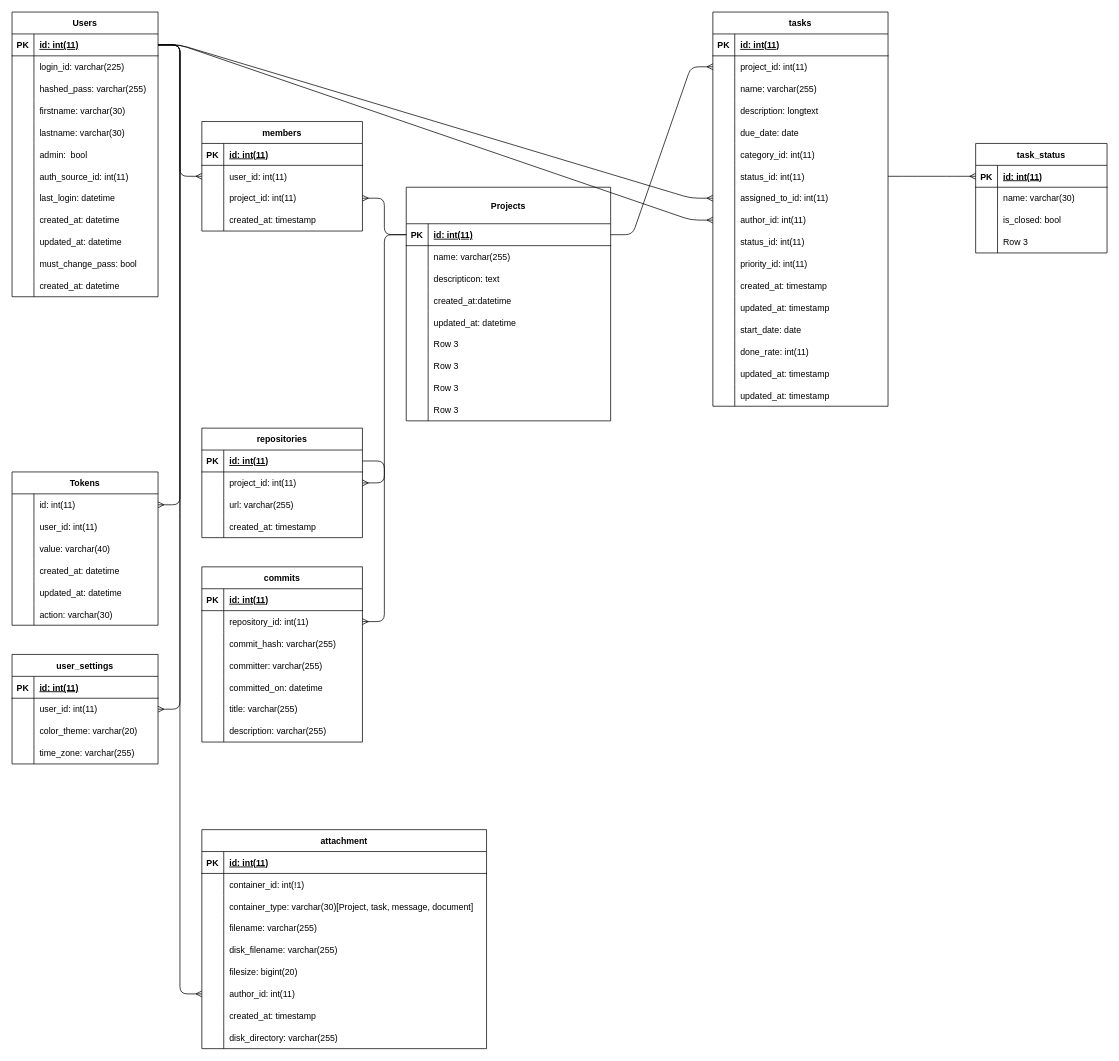
This is ER.dio from hamuchan214/EProjectManager, a draw.io file, before an edit. Source tidied: cells renumbered, new cells numbered last; positions are measured from the earlier drawing's top-left corner, leaving out a move shared by most shapes. Both pictures are drawn from the tidied source at 73%, with x=0, y=0 at pixel (12, 12).
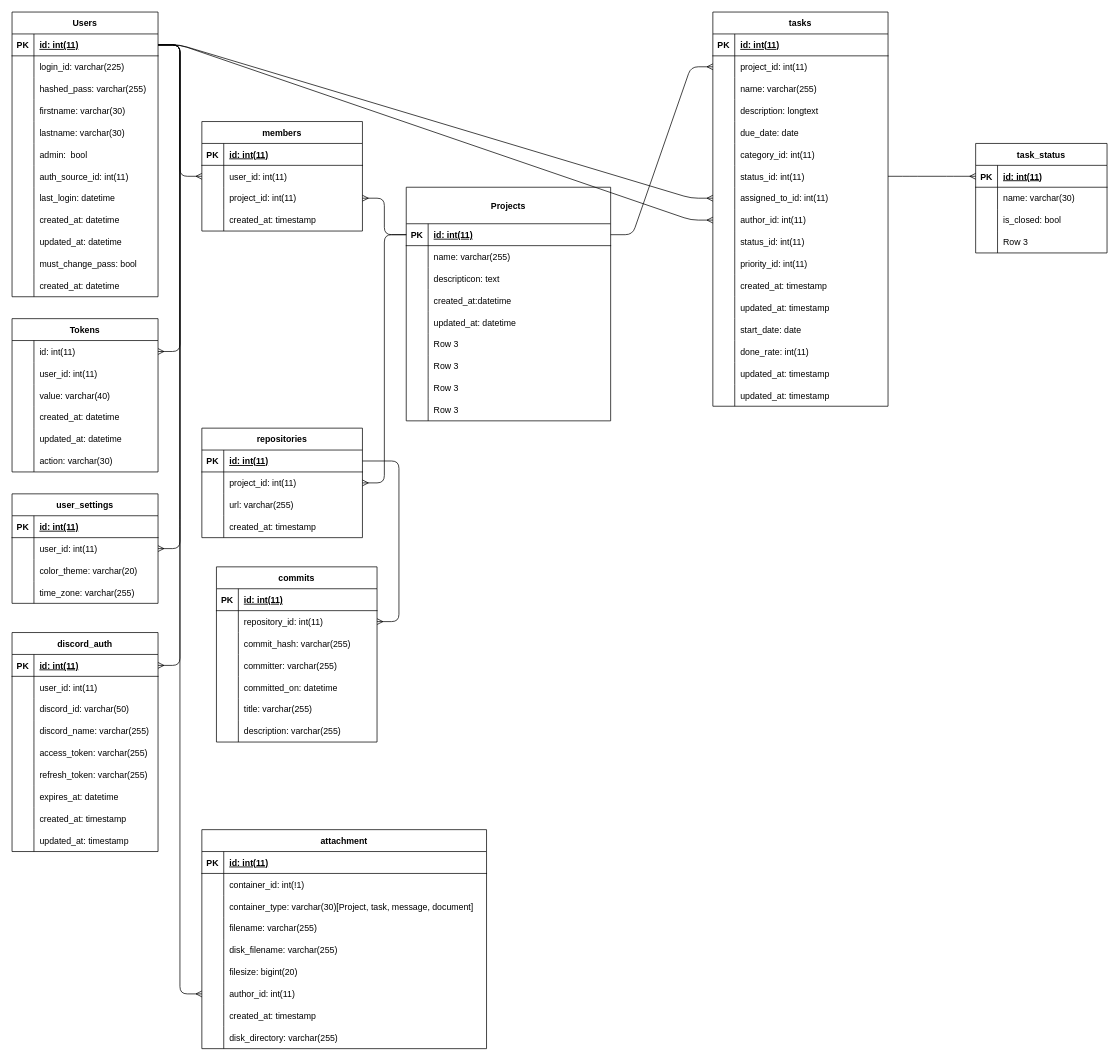
The same diagram, later.

Commit message:
update: add discord_auth on ER

Unchanged cells that the change refers to:
```xml
<mxCell id="31" style="shape=tableRow;horizontal=0;startSize=0;swimlaneHead=0;swimlaneBody=0;fillColor=none;points=[[0,0.5],[1,0.5]];portConstraint=eastwest;top=0;left=0;right=0;bottom=1;" parent="30" vertex="1">
  <mxGeometry y="30" width="200" height="30" as="geometry" />
</mxCell>
```

What changed in the source:
```diff
@@
     <mxCell id="67" value="Tokens" style="shape=table;startSize=30;childLayout=tableLayout;rowLines=0;fontStyle=1;align=center;" parent="1" vertex="1">
-      <mxGeometry y="630" width="200" height="210" as="geometry" />
+      <mxGeometry y="420" width="200" height="210" as="geometry" />
     </mxCell>
@@
     <mxCell id="86" value="user_settings" style="shape=table;startSize=30;childLayout=tableLayout;rowLines=0;fontStyle=1;align=center;" parent="1" vertex="1">
-      <mxGeometry y="880" width="200" height="150" as="geometry" />
+      <mxGeometry y="660" width="200" height="150" as="geometry" />
     </mxCell>
@@
     <mxCell id="159" value="commits" style="shape=table;startSize=30;childLayout=tableLayout;rowLines=0;fontStyle=1;align=center;" parent="1" vertex="1">
-      <mxGeometry x="260" y="760" width="220" height="240" as="geometry" />
+      <mxGeometry x="280" y="760" width="220" height="240" as="geometry" />
     </mxCell>
@@
+    <mxCell id="251" value="discord_auth" style="shape=table;startSize=30;childLayout=tableLayout;rowLines=0;fontStyle=1;align=center;" parent="1" vertex="1">
+      <mxGeometry y="850" width="200" height="300" as="geometry" />
+    </mxCell>
+    <mxCell id="252" style="shape=tableRow;horizontal=0;startSize=0;swimlaneHead=0;swimlaneBody=0;fillColor=none;points=[[0,0.5],[1,0.5]];portConstraint=eastwest;top=0;left=0;right=0;bottom=1;" parent="251" vertex="1">
+      <mxGeometry y="30" width="200" height="30" as="geometry" />
+    </mxCell>
+    <mxCell id="253" value="PK" style="shape=partialRectangle;fillColor=none;top=0;left=0;bottom=0;right=0;fontStyle=1;overflow=hidden;" parent="252" vertex="1">
+      <mxGeometry width="30" height="30" as="geometry" />
+    </mxCell>
+    <mxCell id="254" value="id: int(11)" style="shape=partialRectangle;fillColor=none;top=0;left=0;bottom=0;right=0;align=left;spacingLeft=6;fontStyle=5;overflow=hidden;" parent="252" vertex="1">
+      <mxGeometry x="30" width="170" height="30" as="geometry" />
+    </mxCell>
+    <mxCell id="255" style="shape=tableRow;horizontal=0;startSize=0;swimlaneHead=0;swimlaneBody=0;fillColor=none;top=0;left=0;right=0;bottom=0;" parent="251" vertex="1">
+      <mxGeometry y="60" width="200" height="30" as="geometry" />
+    </mxCell>
+    <mxCell id="256" style="shape=partialRectangle;fillColor=none;top=0;left=0;bottom=0;right=0;overflow=hidden;" parent="255" vertex="1">
+      <mxGeometry width="30" height="30" as="geometry" />
+    </mxCell>
+    <mxCell id="257" value="user_id: int(11)" style="shape=partialRectangle;fillColor=none;top=0;left=0;bottom=0;right=0;align=left;spacingLeft=6;overflow=hidden;" parent="255" vertex="1">
+      <mxGeometry x="30" width="170" height="30" as="geometry" />
+    </mxCell>
+    <mxCell id="258" style="shape=tableRow;horizontal=0;startSize=0;swimlaneHead=0;swimlaneBody=0;fillColor=none;top=0;left=0;right=0;bottom=0;" parent="251" vertex="1">
+      <mxGeometry y="90" width="200" height="30" as="geometry" />
+    </mxCell>
+    <mxCell id="259" style="shape=partialRectangle;fillColor=none;top=0;left=0;bottom=0;right=0;overflow=hidden;" parent="258" vertex="1">
+      <mxGeometry width="30" height="30" as="geometry" />
+    </mxCell>
+    <mxCell id="260" value="discord_id: varchar(50)" style="shape=partialRectangle;fillColor=none;top=0;left=0;bottom=0;right=0;align=left;spacingLeft=6;overflow=hidden;" parent="258" vertex="1">
+      <mxGeometry x="30" width="170" height="30" as="geometry" />
+    </mxCell>
+    <mxCell id="261" style="shape=tableRow;horizontal=0;startSize=0;swimlaneHead=0;swimlaneBody=0;fillColor=none;top=0;left=0;right=0;bottom=0;" parent="251" vertex="1">
+      <mxGeometry y="120" width="200" height="30" as="geometry" />
+    </mxCell>
+    <mxCell id="262" style="shape=partialRectangle;fillColor=none;top=0;left=0;bottom=0;right=0;overflow=hidden;" parent="261" vertex="1">
+      <mxGeometry width="30" height="30" as="geometry" />
+    </mxCell>
+    <mxCell id="263" value="discord_name: varchar(255)" style="shape=partialRectangle;fillColor=none;top=0;left=0;bottom=0;right=0;align=left;spacingLeft=6;overflow=hidden;" parent="261" vertex="1">
+      <mxGeometry x="30" width="170" height="30" as="geometry" />
+    </mxCell>
+    <mxCell id="264" style="shape=tableRow;horizontal=0;startSize=0;swimlaneHead=0;swimlaneBody=0;fillColor=none;top=0;left=0;right=0;bottom=0;" parent="251" vertex="1">
+      <mxGeometry y="150" width="200" height="30" as="geometry" />
+    </mxCell>
+    <mxCell id="265" style="shape=partialRectangle;fillColor=none;top=0;left=0;bottom=0;right=0;overflow=hidden;" parent="264" vertex="1">
+      <mxGeometry width="30" height="30" as="geometry" />
+    </mxCell>
+    <mxCell id="266" value="access_token: varchar(255)" style="shape=partialRectangle;fillColor=none;top=0;left=0;bottom=0;right=0;align=left;spacingLeft=6;overflow=hidden;" parent="264" vertex="1">
+      <mxGeometry x="30" width="170" height="30" as="geometry" />
+    </mxCell>
+    <mxCell id="267" style="shape=tableRow;horizontal=0;startSize=0;swimlaneHead=0;swimlaneBody=0;fillColor=none;top=0;left=0;right=0;bottom=0;" parent="251" vertex="1">
+      <mxGeometry y="180" width="200" height="30" as="geometry" />
+    </mxCell>
+    <mxCell id="268" style="shape=partialRectangle;fillColor=none;top=0;left=0;bottom=0;right=0;overflow=hidden;" parent="267" vertex="1">
+      <mxGeometry width="30" height="30" as="geometry" />
+    </mxCell>
+    <mxCell id="269" value="refresh_token: varchar(255)" style="shape=partialRectangle;fillColor=none;top=0;left=0;bottom=0;right=0;align=left;spacingLeft=6;overflow=hidden;" parent="267" vertex="1">
+      <mxGeometry x="30" width="170" height="30" as="geometry" />
+    </mxCell>
+    <mxCell id="270" style="shape=tableRow;horizontal=0;startSize=0;swimlaneHead=0;swimlaneBody=0;fillColor=none;top=0;left=0;right=0;bottom=0;" parent="251" vertex="1">
+      <mxGeometry y="210" width="200" height="30" as="geometry" />
+    </mxCell>
+    <mxCell id="271" style="shape=partialRectangle;fillColor=none;top=0;left=0;bottom=0;right=0;overflow=hidden;" parent="270" vertex="1">
+      <mxGeometry width="30" height="30" as="geometry" />
+    </mxCell>
+    <mxCell id="272" value="expires_at: datetime" style="shape=partialRectangle;fillColor=none;top=0;left=0;bottom=0;right=0;align=left;spacingLeft=6;overflow=hidden;" parent="270" vertex="1">
+      <mxGeometry x="30" width="170" height="30" as="geometry" />
+    </mxCell>
+    <mxCell id="273" style="shape=tableRow;horizontal=0;startSize=0;swimlaneHead=0;swimlaneBody=0;fillColor=none;top=0;left=0;right=0;bottom=0;" parent="251" vertex="1">
+      <mxGeometry y="240" width="200" height="30" as="geometry" />
+    </mxCell>
+    <mxCell id="274" style="shape=partialRectangle;fillColor=none;top=0;left=0;bottom=0;right=0;overflow=hidden;" parent="273" vertex="1">
+      <mxGeometry width="30" height="30" as="geometry" />
+    </mxCell>
+    <mxCell id="275" value="created_at: timestamp" style="shape=partialRectangle;fillColor=none;top=0;left=0;bottom=0;right=0;align=left;spacingLeft=6;overflow=hidden;" parent="273" vertex="1">
+      <mxGeometry x="30" width="170" height="30" as="geometry" />
+    </mxCell>
+    <mxCell id="276" style="shape=tableRow;horizontal=0;startSize=0;swimlaneHead=0;swimlaneBody=0;fillColor=none;top=0;left=0;right=0;bottom=0;" parent="251" vertex="1">
+      <mxGeometry y="270" width="200" height="30" as="geometry" />
+    </mxCell>
+    <mxCell id="277" style="shape=partialRectangle;fillColor=none;top=0;left=0;bottom=0;right=0;overflow=hidden;" parent="276" vertex="1">
+      <mxGeometry width="30" height="30" as="geometry" />
+    </mxCell>
+    <mxCell id="278" value="updated_at: timestamp" style="shape=partialRectangle;fillColor=none;top=0;left=0;bottom=0;right=0;align=left;spacingLeft=6;overflow=hidden;" parent="276" vertex="1">
+      <mxGeometry x="30" width="170" height="30" as="geometry" />
+    </mxCell>
+    <mxCell id="279" style="edgeStyle=entityRelationEdgeStyle;fontSize=12;html=1;endArrow=ERmany;exitX=1;exitY=0.5;exitDx=0;exitDy=0;" parent="1" edge="1" source="31" target="252">
+      <mxGeometry relative="1" as="geometry" />
+    </mxCell>
```
